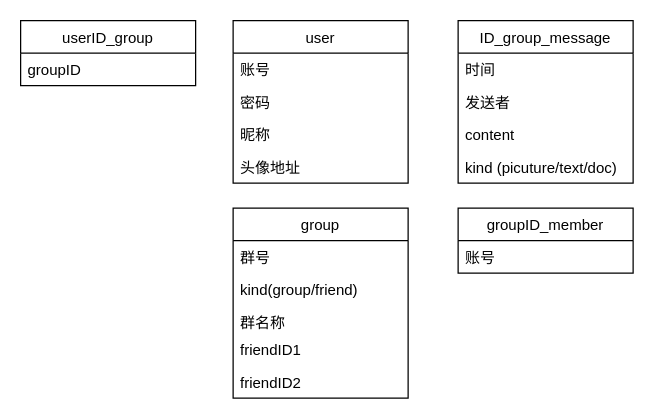
The draw.io diagram 数据库.drawio in Snowball-Di/cs2021_qt_chat, before the edit. Source tidied: cells renumbered, new cells numbered last; positions are measured from the earlier drawing's top-left corner, leaving out a move shared by most shapes. Both pictures are drawn from the tidied source at 125%, with x=0, y=0 at pixel (20, 20).
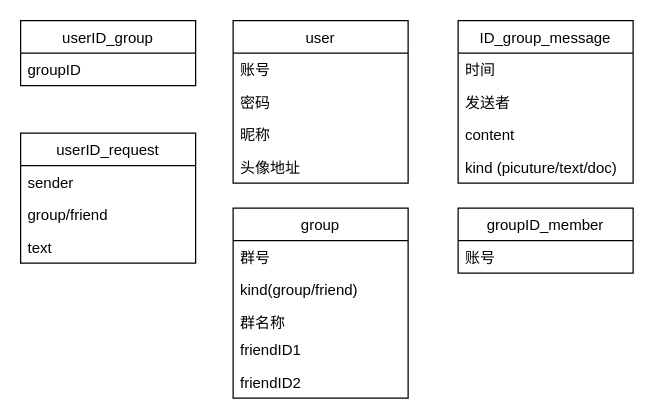
The same diagram, later.

What changed in the source:
```diff
@@
+    <mxCell id="22" value="userID_request" style="swimlane;fontStyle=0;horizontal=1;startSize=26;fillColor=none;" parent="1" vertex="1">
+      <mxGeometry y="90" width="140" height="104" as="geometry" />
+    </mxCell>
+    <mxCell id="23" value="sender" style="text;strokeColor=none;fillColor=none;align=left;verticalAlign=top;spacingLeft=4;spacingRight=4;overflow=hidden;" parent="22" vertex="1">
+      <mxGeometry y="26" width="140" height="26" as="geometry" />
+    </mxCell>
+    <mxCell id="24" value="group/friend" style="text;strokeColor=none;fillColor=none;align=left;verticalAlign=top;spacingLeft=4;spacingRight=4;overflow=hidden;" parent="22" vertex="1">
+      <mxGeometry y="52" width="140" height="26" as="geometry" />
+    </mxCell>
+    <mxCell id="25" value="text" style="text;strokeColor=none;fillColor=none;align=left;verticalAlign=top;spacingLeft=4;spacingRight=4;overflow=hidden;" parent="22" vertex="1">
+      <mxGeometry y="78" width="140" height="26" as="geometry" />
+    </mxCell>
```
